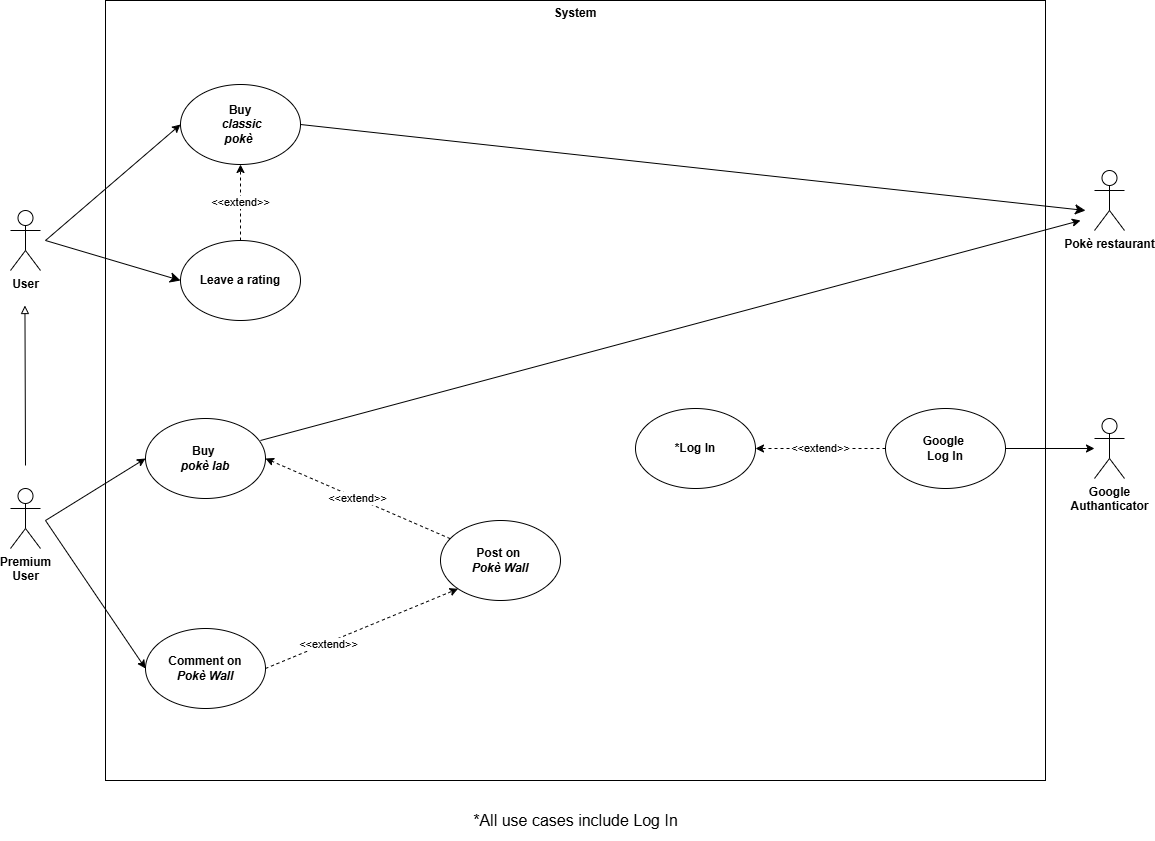
This is diagrams/UseCaseDiagram.drawio.png from matteopinfildi/ISPW-Project, a draw.io export, as it was before one commit. Source tidied: cells renumbered, new cells last; positions are measured from the earlier drawing's top-left corner, leaving out a move shared by most shapes.
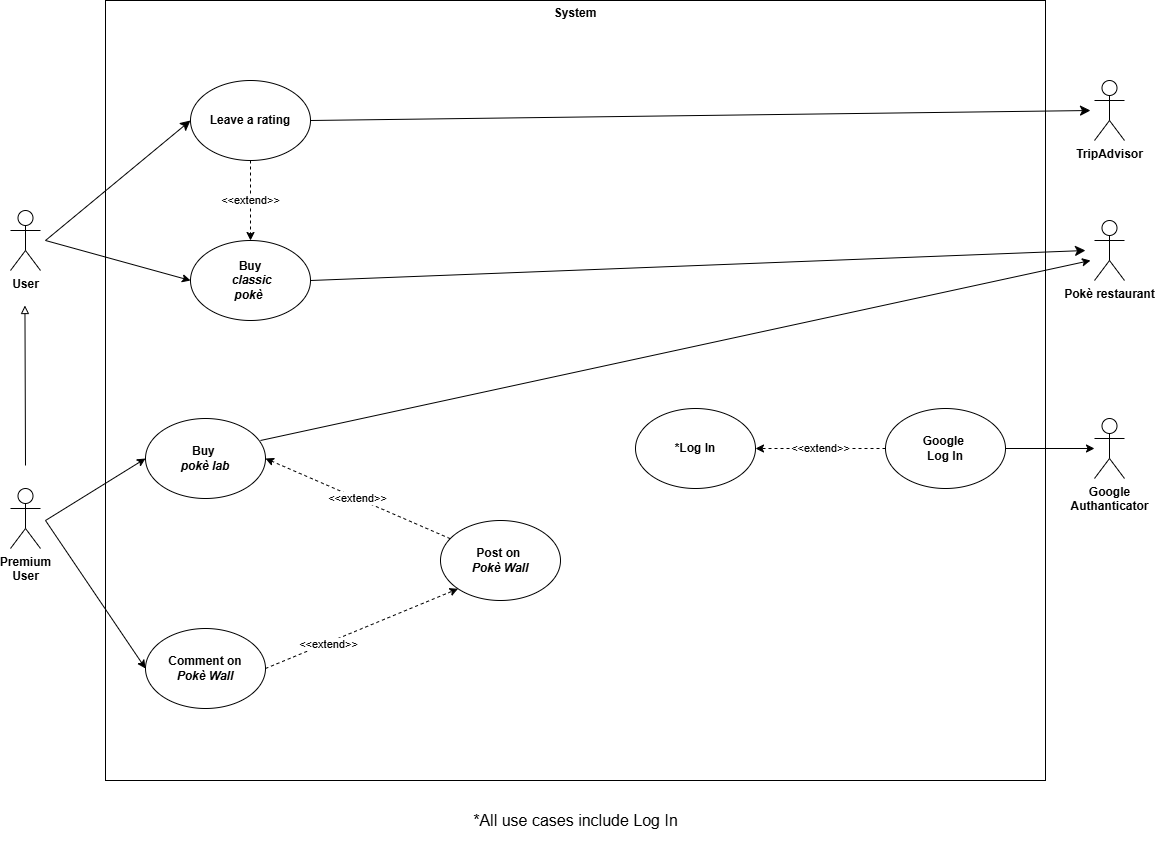
After the commit.

The edit, as a diff of the source:
```diff
@@ -29,11 +29,11 @@
     </mxCell>
     <mxCell id="9" style="edgeStyle=none;curved=1;rounded=0;jettySize=auto;html=1;exitX=1;exitY=0.5;exitDx=0;exitDy=0;fontSize=12;startSize=8;endSize=8;" parent="1" edge="1" source="10">
       <mxGeometry relative="1" as="geometry">
-        <mxPoint x="1075" y="210" as="targetPoint" />
+        <mxPoint x="1075" y="250" as="targetPoint" />
       </mxGeometry>
     </mxCell>
     <mxCell id="10" value="&lt;b&gt;Buy&lt;/b&gt;&lt;br&gt;&lt;div&gt;&lt;b&gt;&amp;nbsp;&lt;i&gt;classic&lt;/i&gt;&lt;/b&gt;&lt;/div&gt;&lt;div&gt;&lt;b&gt;&lt;i&gt;pokè&amp;nbsp;&lt;/i&gt;&lt;/b&gt;&lt;/div&gt;" style="ellipse;whiteSpace=wrap;html=1;" parent="1" vertex="1">
-      <mxGeometry x="170" y="84" width="120" height="80" as="geometry" />
+      <mxGeometry x="180" y="240" width="120" height="80" as="geometry" />
     </mxCell>
     <mxCell id="11" style="endArrow=classic;html=1;rounded=0;entryX=0;entryY=0.5;entryDx=0;entryDy=0;" parent="1" edge="1" target="10">
       <mxGeometry relative="1" as="geometry">
@@ -64,7 +64,7 @@
       <mxGeometry relative="1" as="geometry" />
     </mxCell>
     <mxCell id="19" value="&lt;b&gt;Leave a rating&lt;/b&gt;" style="ellipse;whiteSpace=wrap;html=1;" parent="1" vertex="1">
-      <mxGeometry x="170" y="240" width="120" height="80" as="geometry" />
+      <mxGeometry x="180" y="80" width="120" height="80" as="geometry" />
     </mxCell>
     <mxCell id="20" style="endArrow=block;html=1;rounded=0;endFill=0;" parent="1" edge="1">
       <mxGeometry relative="1" as="geometry">
@@ -79,7 +79,7 @@
       <mxGeometry relative="1" as="geometry" />
     </mxCell>
     <mxCell id="23" value="&lt;b&gt;Pokè restaurant&lt;/b&gt;" style="shape=umlActor;verticalLabelPosition=bottom;verticalAlign=top;html=1;" parent="1" vertex="1">
-      <mxGeometry x="1084" y="170" width="30" height="60" as="geometry" />
+      <mxGeometry x="1084" y="220" width="30" height="60" as="geometry" />
     </mxCell>
     <mxCell id="24" value="&amp;lt;&amp;lt;extend&amp;gt;&amp;gt;" style="endArrow=classic;html=1;rounded=0;exitX=1;exitY=0.5;exitDx=0;exitDy=0;entryX=0;entryY=1;entryDx=0;entryDy=0;dashed=1;" parent="1" edge="1" source="15" target="17">
       <mxGeometry x="-0.36" y="-2" relative="1" as="geometry" />
@@ -89,11 +89,19 @@
     </mxCell>
     <mxCell id="26" style="endArrow=classic;html=1;rounded=0;exitX=0.958;exitY=0.275;exitDx=0;exitDy=0;exitPerimeter=0;" parent="1" edge="1" source="7">
       <mxGeometry relative="1" as="geometry">
-        <mxPoint x="1070" y="220" as="targetPoint" />
+        <mxPoint x="1080" y="260" as="targetPoint" />
       </mxGeometry>
     </mxCell>
-    <mxCell id="27" value="&amp;lt;&amp;lt;extend&amp;gt;&amp;gt;" style="endArrow=classic;html=1;rounded=0;entryX=0.5;entryY=1;entryDx=0;entryDy=0;dashed=1;exitX=0.5;exitY=0;exitDx=0;exitDy=0;" parent="1" edge="1" source="19" target="10">
+    <mxCell id="27" value="&amp;lt;&amp;lt;extend&amp;gt;&amp;gt;" style="endArrow=classic;html=1;rounded=0;entryX=0.5;entryY=0;entryDx=0;entryDy=0;dashed=1;exitX=0.5;exitY=1;exitDx=0;exitDy=0;" parent="1" edge="1" source="19" target="10">
       <mxGeometry relative="1" as="geometry" />
     </mxCell>
+    <mxCell id="28" value="&lt;div&gt;&lt;b&gt;TripAdvisor&lt;/b&gt;&lt;/div&gt;" style="shape=umlActor;verticalLabelPosition=bottom;verticalAlign=top;html=1;" parent="1" vertex="1">
+      <mxGeometry x="1084" y="80" width="30" height="60" as="geometry" />
+    </mxCell>
+    <mxCell id="29" style="edgeStyle=none;curved=1;rounded=0;jettySize=auto;html=1;exitX=1;exitY=0.5;exitDx=0;exitDy=0;fontSize=12;startSize=8;endSize=8;" parent="1" edge="1" source="19">
+      <mxGeometry relative="1" as="geometry">
+        <mxPoint x="1080" y="110" as="targetPoint" />
+      </mxGeometry>
+    </mxCell>
   </root>
 </mxGraphModel>
```
